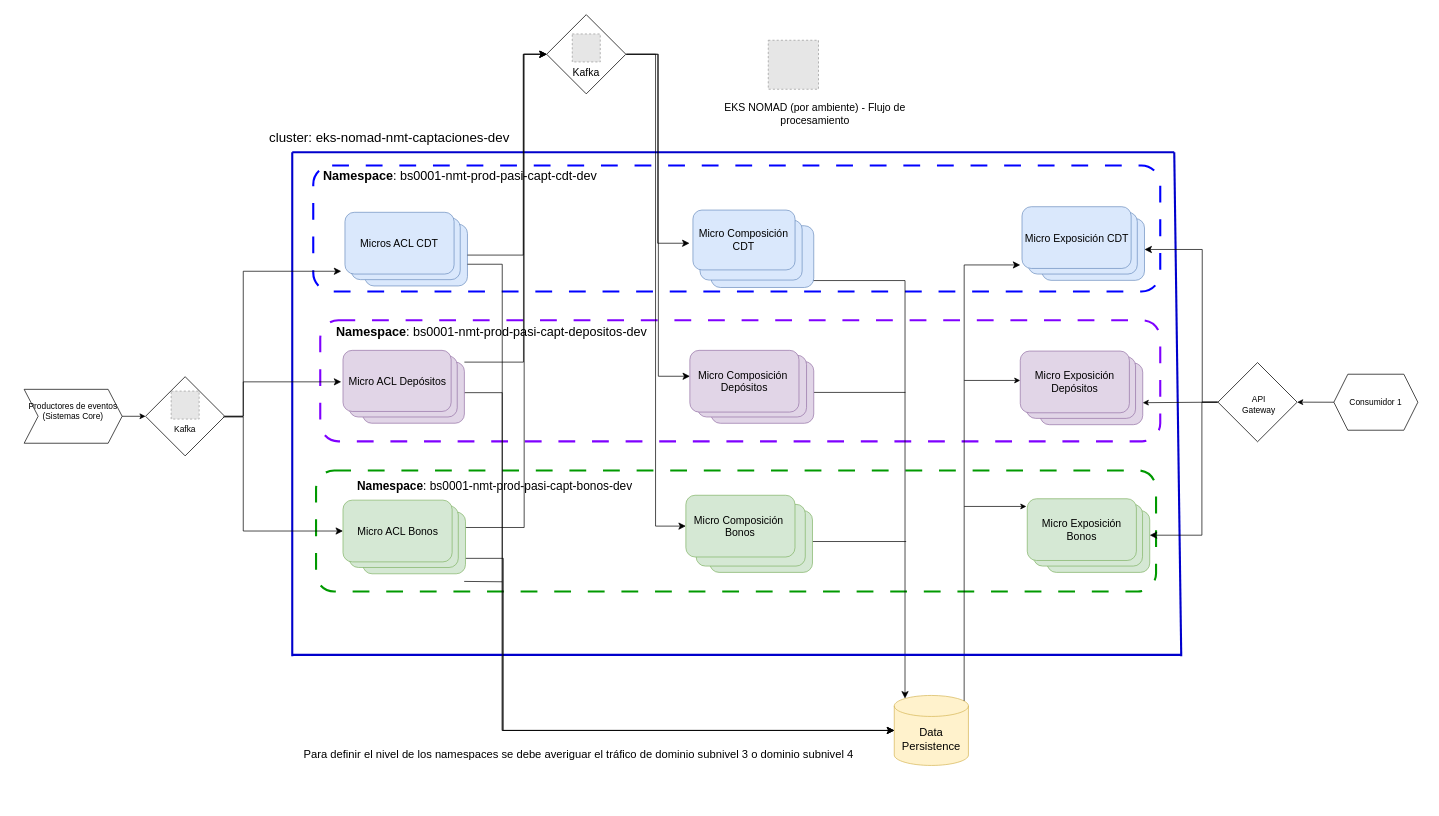
Above: page "UnCluster3Namespaces" (4 of 16) of InversionVirtual.drawio in rdlarosa2/x4 (draw.io), before the change. Source tidied: cells renumbered, new cells numbered last; positions are measured from the earlier drawing's top-left corner, leaving out a move shared by most shapes. Both pictures are drawn from the tidied source at 70%, with x=0, y=0 at pixel (24, 26). Pictures stored in the file or linked from it are replaced by grey dashed boxes.
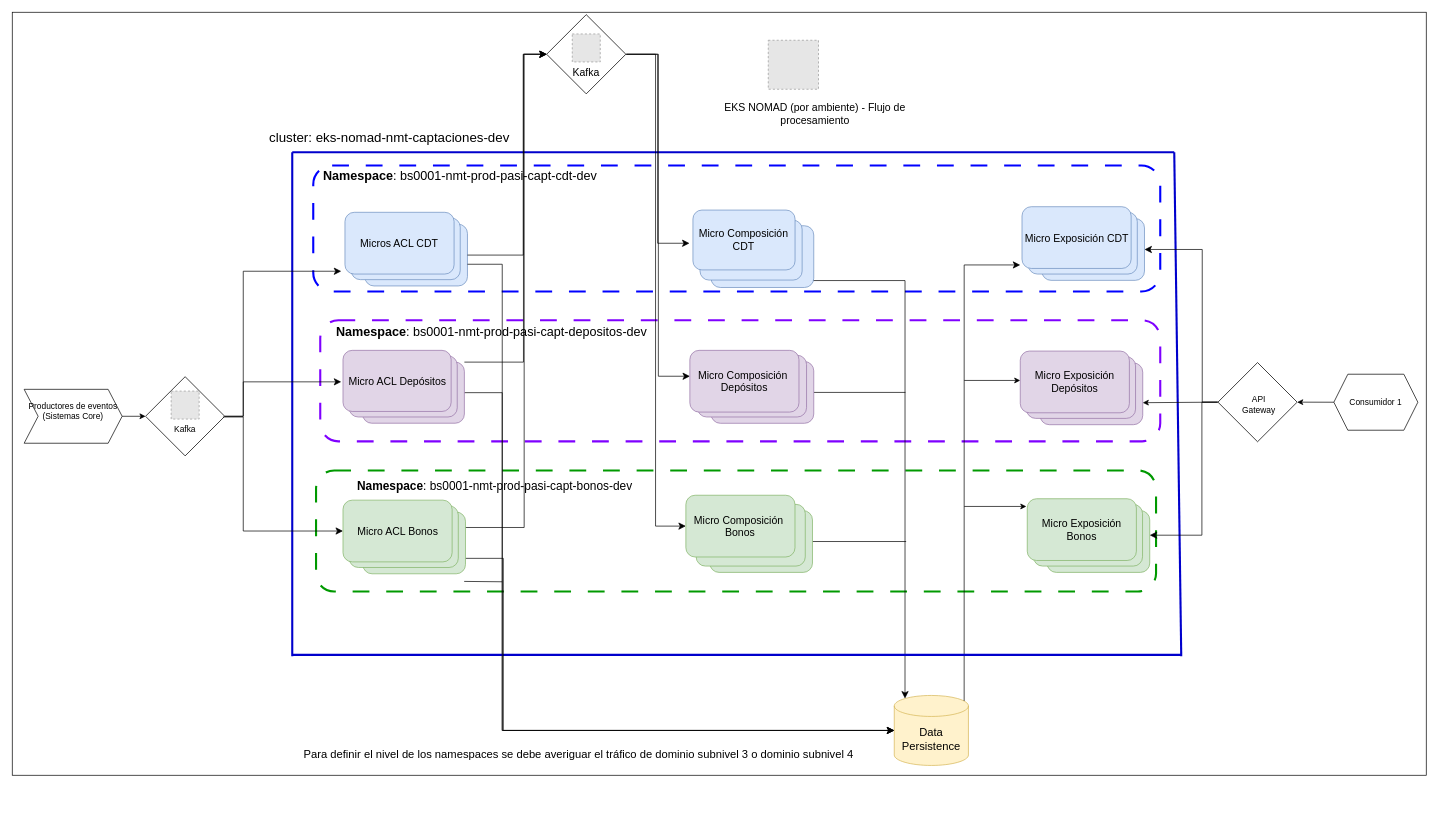
Above is the later version.

Change to the diagram source:
```diff
@@
+    <mxCell id="91" style="rounded=0;whiteSpace=wrap;html=1;" parent="1" vertex="1">
+      <mxGeometry x="-17" y="-20" width="2020" height="1090" as="geometry" />
+    </mxCell>
```
